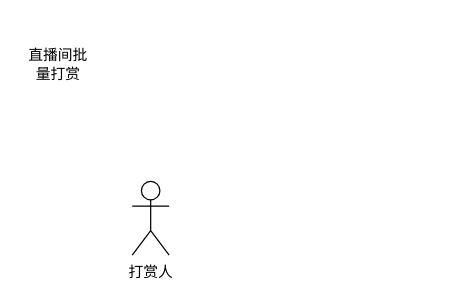
The draw.io diagram reward_multi.drawio in seuzxc/book, before the edit. Source tidied: cells renumbered, new cells numbered last; positions are measured from the earlier drawing's top-left corner, leaving out a move shared by most shapes. Both pictures are drawn from the tidied source at 123%, with x=0, y=0 at pixel (21, 46).
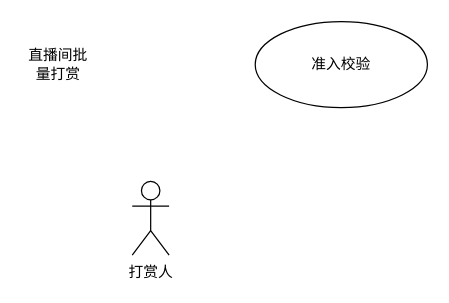
The same page after the edit.

Change to the diagram source:
```diff
@@
 <mxGraphModel>
   <root>
     <mxCell id="0" />
     <mxCell id="1" parent="0" />
     <mxCell id="2" value="直播间批量打赏" style="text;html=1;strokeColor=none;fillColor=none;align=center;verticalAlign=middle;whiteSpace=wrap;rounded=0;" parent="1" vertex="1">
       <mxGeometry width="60" height="30" as="geometry" />
     </mxCell>
     <mxCell id="3" value="打赏人" style="shape=umlActor;verticalLabelPosition=bottom;verticalAlign=top;html=1;" parent="1" vertex="1">
       <mxGeometry x="90" y="110" width="30" height="60" as="geometry" />
     </mxCell>
+    <mxCell id="4" value="准入校验" style="ellipse;whiteSpace=wrap;html=1;" parent="1" vertex="1">
+      <mxGeometry x="190" y="-20" width="140" height="70" as="geometry" />
+    </mxCell>
   </root>
 </mxGraphModel>
```
